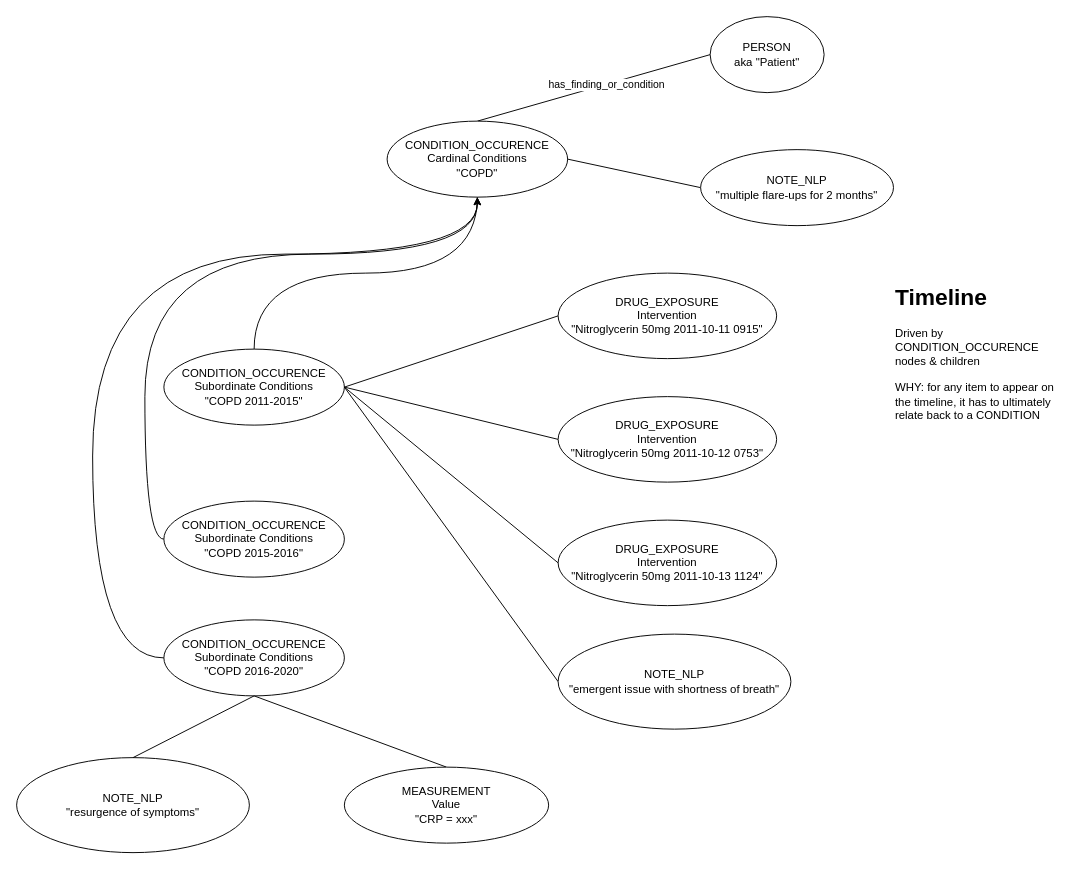
The draw.io diagram page "Graph Perspective RAW" (2 of 3) of PSKB Tuple Exploration.drawio in ntimkovich/UAB-II-Diagrams, before the edit. Source tidied: cells renumbered, new cells numbered last; positions are measured from the earlier drawing's top-left corner, leaving out a move shared by most shapes. Both pictures are drawn from the tidied source at 95%, with x=0, y=0 at pixel (16, 16).
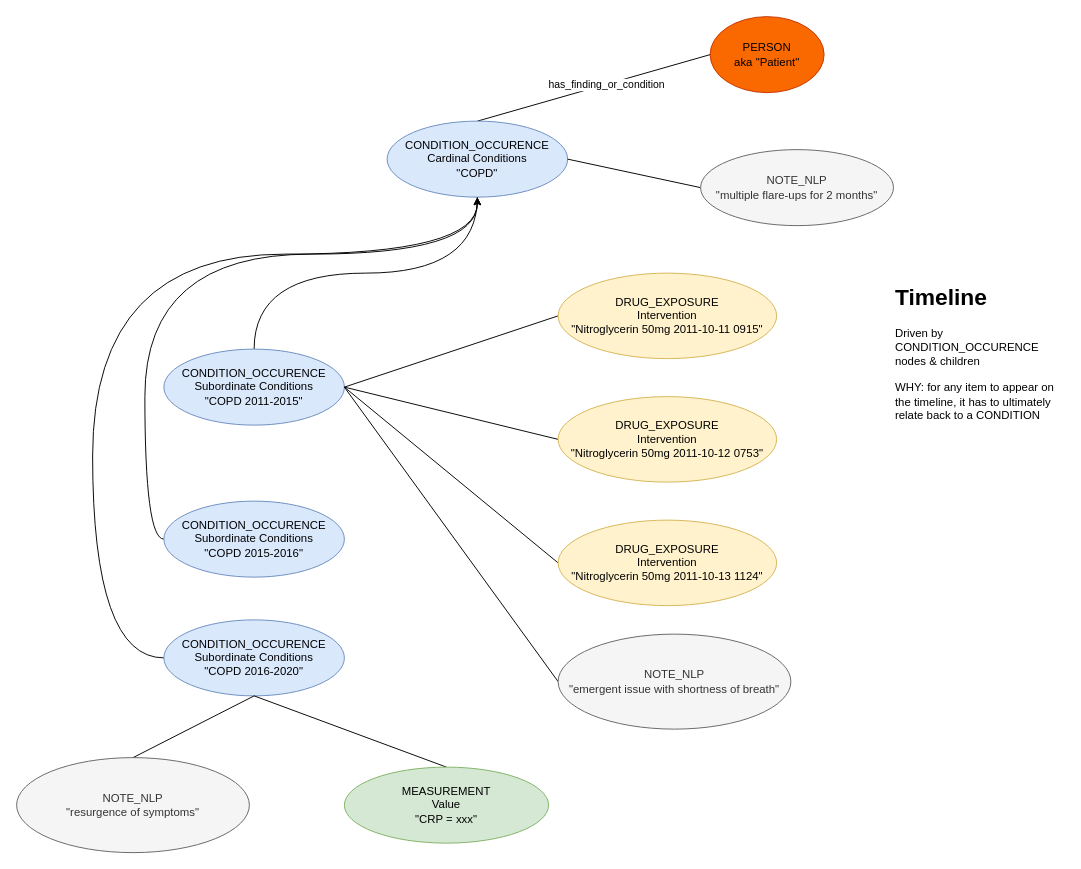
The same diagram, later.

Change to the diagram source:
```diff
@@
-    <mxCell id="2" value="PERSON&lt;br&gt;aka &quot;Patient&quot;" style="ellipse;whiteSpace=wrap;html=1;" parent="1" vertex="1">
+    <mxCell id="2" value="PERSON&lt;br&gt;aka &quot;Patient&quot;" style="ellipse;whiteSpace=wrap;html=1;fillColor=#fa6800;fontColor=#000000;strokeColor=#C73500;" parent="1" vertex="1">
       <mxGeometry x="730" width="120" height="80" as="geometry" />
     </mxCell>
@@
-    <mxCell id="5" value="CONDITION_OCCURENCE&lt;br&gt;Cardinal Conditions&lt;br&gt;&quot;COPD&quot;" style="ellipse;whiteSpace=wrap;html=1;" parent="1" vertex="1">
+    <mxCell id="5" value="CONDITION_OCCURENCE&lt;br&gt;Cardinal Conditions&lt;br&gt;&quot;COPD&quot;" style="ellipse;whiteSpace=wrap;html=1;fillColor=#dae8fc;strokeColor=#6c8ebf;" parent="1" vertex="1">
       <mxGeometry x="390" y="110" width="190" height="80" as="geometry" />
     </mxCell>
@@
-    <mxCell id="7" value="CONDITION_OCCURENCE&lt;br&gt;Subordinate Conditions&lt;br&gt;&quot;COPD 2011-2015&quot;" style="ellipse;whiteSpace=wrap;html=1;" parent="1" vertex="1">
+    <mxCell id="7" value="CONDITION_OCCURENCE&lt;br&gt;Subordinate Conditions&lt;br&gt;&quot;COPD 2011-2015&quot;" style="ellipse;whiteSpace=wrap;html=1;fillColor=#dae8fc;strokeColor=#6c8ebf;" parent="1" vertex="1">
       <mxGeometry x="155" y="350" width="190" height="80" as="geometry" />
     </mxCell>
@@
-    <mxCell id="9" value="CONDITION_OCCURENCE&lt;br&gt;Subordinate Conditions&lt;br&gt;&quot;COPD 2015-2016&quot;" style="ellipse;whiteSpace=wrap;html=1;" parent="1" vertex="1">
+    <mxCell id="9" value="CONDITION_OCCURENCE&lt;br&gt;Subordinate Conditions&lt;br&gt;&quot;COPD 2015-2016&quot;" style="ellipse;whiteSpace=wrap;html=1;fillColor=#dae8fc;strokeColor=#6c8ebf;" parent="1" vertex="1">
       <mxGeometry x="155" y="510" width="190" height="80" as="geometry" />
     </mxCell>
@@
-    <mxCell id="11" value="CONDITION_OCCURENCE&lt;br&gt;Subordinate Conditions&lt;br&gt;&quot;COPD 2016-2020&quot;" style="ellipse;whiteSpace=wrap;html=1;" parent="1" vertex="1">
+    <mxCell id="11" value="CONDITION_OCCURENCE&lt;br&gt;Subordinate Conditions&lt;br&gt;&quot;COPD 2016-2020&quot;" style="ellipse;whiteSpace=wrap;html=1;fillColor=#dae8fc;strokeColor=#6c8ebf;" parent="1" vertex="1">
       <mxGeometry x="155" y="635" width="190" height="80" as="geometry" />
     </mxCell>
@@
-    <mxCell id="13" value="DRUG_EXPOSURE&lt;br&gt;Intervention&lt;br&gt;&quot;Nitroglycerin 50mg 2011-10-11 0915&quot;" style="ellipse;whiteSpace=wrap;html=1;" parent="1" vertex="1">
+    <mxCell id="13" value="DRUG_EXPOSURE&lt;br&gt;Intervention&lt;br&gt;&quot;Nitroglycerin 50mg 2011-10-11 0915&quot;" style="ellipse;whiteSpace=wrap;html=1;fillColor=#fff2cc;strokeColor=#d6b656;" parent="1" vertex="1">
       <mxGeometry x="570" y="270" width="230" height="90" as="geometry" />
     </mxCell>
@@
-    <mxCell id="15" value="DRUG_EXPOSURE&lt;br&gt;Intervention&lt;br&gt;&quot;Nitroglycerin 50mg 2011-10-12 0753&quot;" style="ellipse;whiteSpace=wrap;html=1;" parent="1" vertex="1">
+    <mxCell id="15" value="DRUG_EXPOSURE&lt;br&gt;Intervention&lt;br&gt;&quot;Nitroglycerin 50mg 2011-10-12 0753&quot;" style="ellipse;whiteSpace=wrap;html=1;fillColor=#fff2cc;strokeColor=#d6b656;" parent="1" vertex="1">
       <mxGeometry x="570" y="400" width="230" height="90" as="geometry" />
     </mxCell>
@@
-    <mxCell id="17" value="DRUG_EXPOSURE&lt;br&gt;Intervention&lt;br&gt;&quot;Nitroglycerin 50mg 2011-10-13 1124&quot;" style="ellipse;whiteSpace=wrap;html=1;" parent="1" vertex="1">
+    <mxCell id="17" value="DRUG_EXPOSURE&lt;br&gt;Intervention&lt;br&gt;&quot;Nitroglycerin 50mg 2011-10-13 1124&quot;" style="ellipse;whiteSpace=wrap;html=1;fillColor=#fff2cc;strokeColor=#d6b656;" parent="1" vertex="1">
       <mxGeometry x="570" y="530" width="230" height="90" as="geometry" />
     </mxCell>
@@
-    <mxCell id="19" value="NOTE_NLP&lt;br&gt;&quot;emergent issue with shortness of breath&quot;" style="ellipse;whiteSpace=wrap;html=1;" parent="1" vertex="1">
+    <mxCell id="19" value="NOTE_NLP&lt;br&gt;&quot;emergent issue with shortness of breath&quot;" style="ellipse;whiteSpace=wrap;html=1;fillColor=#f5f5f5;fontColor=#333333;strokeColor=#666666;" parent="1" vertex="1">
       <mxGeometry x="570" y="650" width="245" height="100" as="geometry" />
     </mxCell>
@@
-    <mxCell id="21" value="MEASUREMENT&lt;br&gt;Value&lt;br&gt;&quot;CRP = xxx&quot;" style="ellipse;whiteSpace=wrap;html=1;" parent="1" vertex="1">
+    <mxCell id="21" value="MEASUREMENT&lt;br&gt;Value&lt;br&gt;&quot;CRP = xxx&quot;" style="ellipse;whiteSpace=wrap;html=1;fillColor=#d5e8d4;strokeColor=#82b366;" parent="1" vertex="1">
       <mxGeometry x="345" y="790" width="215" height="80" as="geometry" />
     </mxCell>
@@
-    <mxCell id="23" value="NOTE_NLP&lt;br&gt;&quot;resurgence of symptoms&quot;" style="ellipse;whiteSpace=wrap;html=1;" parent="1" vertex="1">
+    <mxCell id="23" value="NOTE_NLP&lt;br&gt;&quot;resurgence of symptoms&quot;" style="ellipse;whiteSpace=wrap;html=1;fillColor=#f5f5f5;fontColor=#333333;strokeColor=#666666;" parent="1" vertex="1">
       <mxGeometry y="780" width="245" height="100" as="geometry" />
     </mxCell>
@@
-    <mxCell id="25" value="NOTE_NLP&lt;br&gt;&quot;multiple flare-ups for 2 months&quot;" style="ellipse;whiteSpace=wrap;html=1;" parent="1" vertex="1">
+    <mxCell id="25" value="NOTE_NLP&lt;br&gt;&quot;multiple flare-ups for 2 months&quot;" style="ellipse;whiteSpace=wrap;html=1;fillColor=#f5f5f5;fontColor=#333333;strokeColor=#666666;" parent="1" vertex="1">
       <mxGeometry x="720" y="140" width="203" height="80" as="geometry" />
     </mxCell>
```
